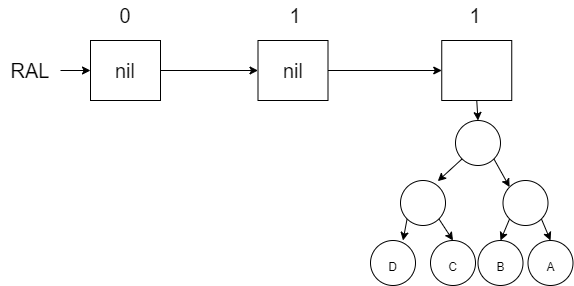
Before: docs/images/ral4.drawio.png, a diagram exported from draw.io (macbeth-byui/cse382-course). Source tidied: cells renumbered, new cells last; positions are measured from the earlier drawing's top-left corner, leaving out a move shared by most shapes.
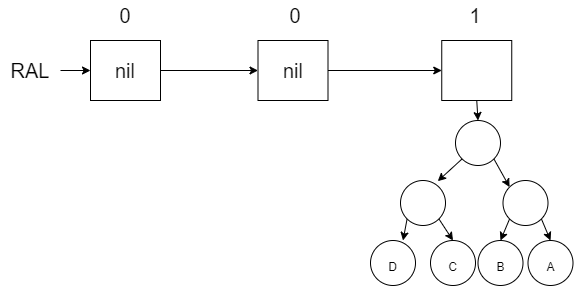
The same file after the commit.

What changed in the source:
```diff
@@ -20,7 +20,7 @@
     <mxCell id="7" style="rounded=0;whiteSpace=wrap;html=1;fontSize=20;" parent="1" vertex="1">
       <mxGeometry x="441.2" y="40" width="70" height="60" as="geometry" />
     </mxCell>
-    <mxCell id="8" value="1" style="text;html=1;strokeColor=none;fillColor=none;align=center;verticalAlign=middle;whiteSpace=wrap;rounded=0;fontSize=20;" parent="1" vertex="1">
+    <mxCell id="8" value="0" style="text;html=1;strokeColor=none;fillColor=none;align=center;verticalAlign=middle;whiteSpace=wrap;rounded=0;fontSize=20;" parent="1" vertex="1">
       <mxGeometry x="265" width="60" height="30" as="geometry" />
     </mxCell>
     <mxCell id="9" value="0" style="text;html=1;strokeColor=none;fillColor=none;align=center;verticalAlign=middle;whiteSpace=wrap;rounded=0;fontSize=20;" parent="1" vertex="1">
```
